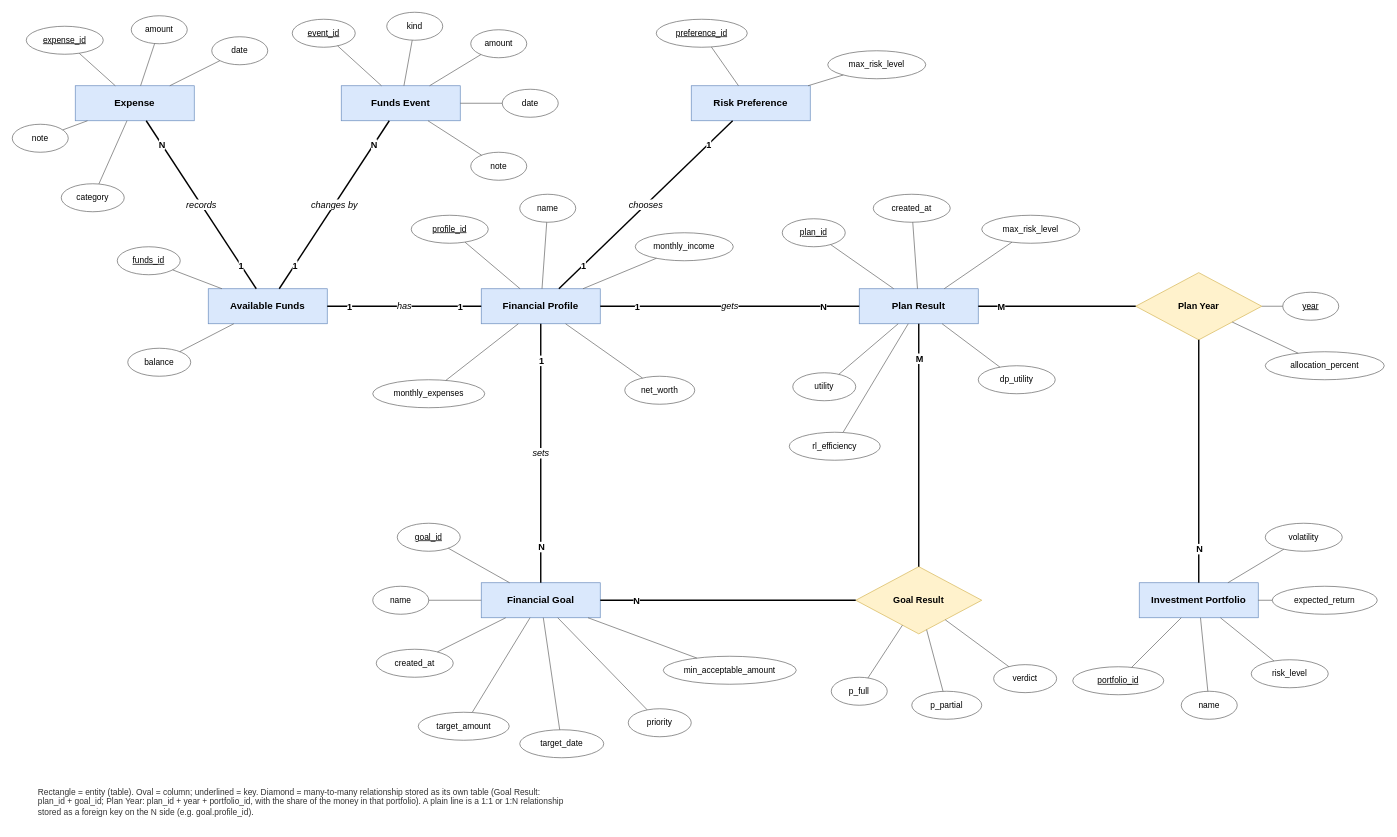
Earlier version of the draw.io diagram docs/er-diagram.drawio (tillnextmil/Dreamimin). Source tidied: cells renumbered, new cells numbered last; positions are measured from the earlier drawing's top-left corner, leaving out a move shared by most shapes. Both pictures are drawn from the tidied source at 70%, with x=0, y=0 at pixel (12, 12).
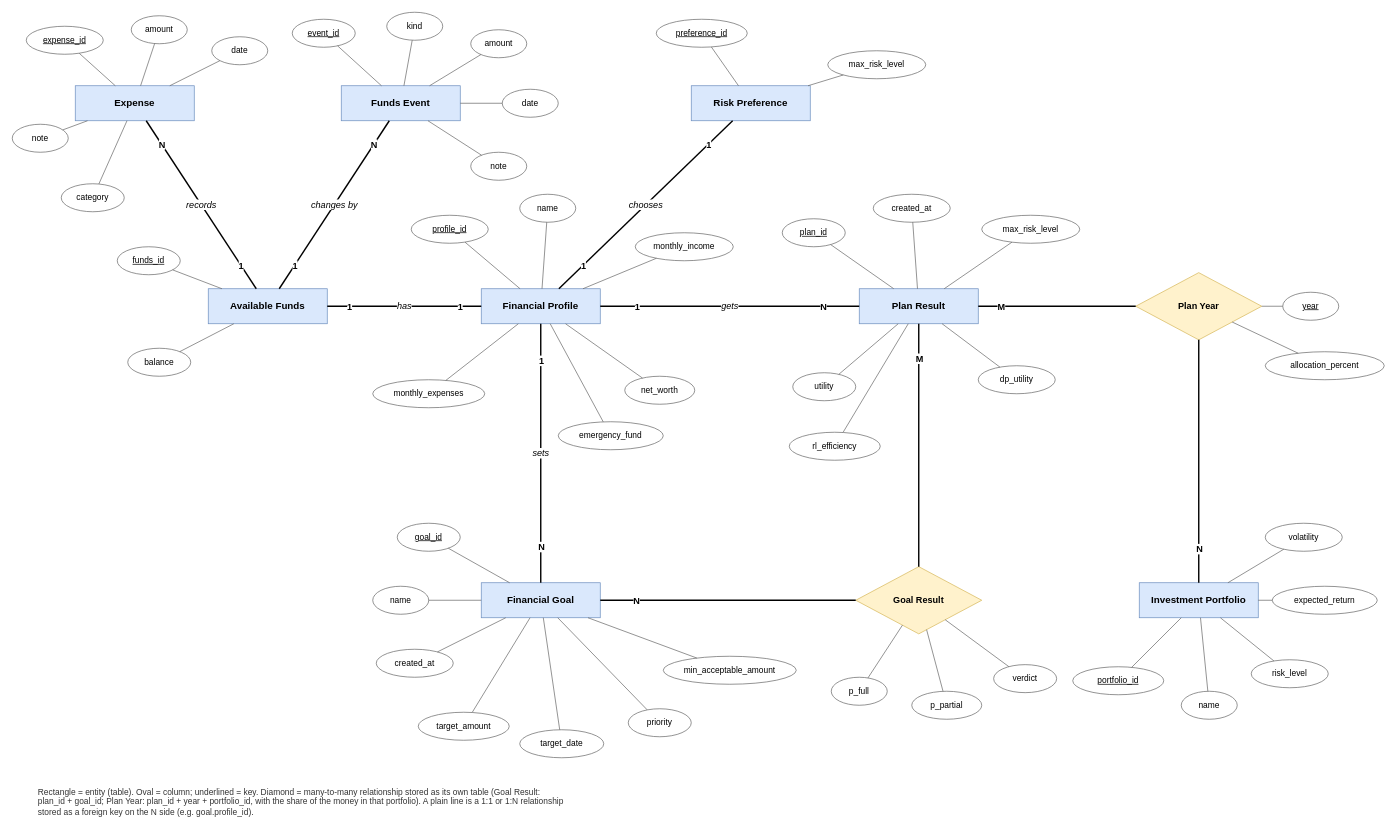
After the change.

The change refers to these unchanged cells:
```xml
<mxCell id="6" value="Financial Profile" style="rounded=0;whiteSpace=wrap;html=1;fontStyle=1;fontSize=14;fillColor=#dae8fc;strokeColor=#6c8ebf;" parent="1" vertex="1">
  <mxGeometry x="670" y="395" width="170" height="50" as="geometry" />
</mxCell>
```

What changed in the source:
```diff
@@
+    <mxCell id="123" value="emergency_fund" style="ellipse;whiteSpace=wrap;html=1;fillColor=#ffffff;strokeColor=#666666;" parent="1" vertex="1">
+      <mxGeometry x="780" y="585" width="150" height="40" as="geometry" />
+    </mxCell>
+    <mxCell id="124" style="endArrow=none;html=1;rounded=0;strokeColor=#666666;" parent="1" edge="1" source="6" target="123">
+      <mxGeometry relative="1" as="geometry" />
+    </mxCell>
```
